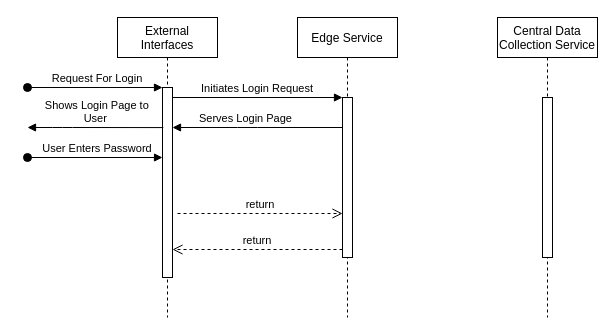
Above: Untitled Diagram.drawio in rahulkaplesh/edgeService (draw.io), before the change. Source tidied: cells renumbered, new cells numbered last; positions are measured from the earlier drawing's top-left corner, leaving out a move shared by most shapes. Both pictures are drawn from the tidied source at 100%, with x=0, y=0 at pixel (27, 17).
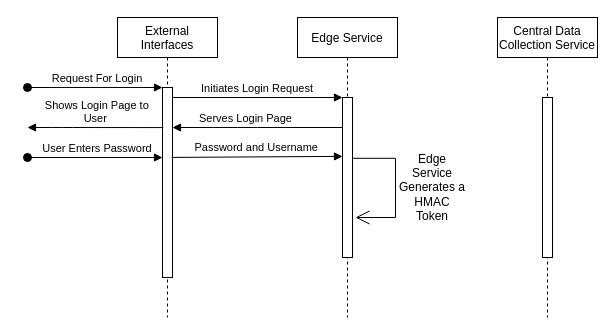
After the change.

Commit message:
Update Edge Interaction Diagram.drawio

Unchanged cells that the change refers to:
```xml
<mxCell id="3" style="points=[];perimeter=orthogonalPerimeter;rounded=0;shadow=0;strokeWidth=1;" parent="2" vertex="1">
  <mxGeometry x="45" y="70" width="10" height="190" as="geometry" />
</mxCell>
<mxCell id="5" value="Edge Service" style="shape=umlLifeline;perimeter=lifelinePerimeter;rounded=0;shadow=0;strokeWidth=1;" parent="1" vertex="1">
  <mxGeometry x="270" width="100" height="300" as="geometry" />
</mxCell>
<mxCell id="6" style="points=[];perimeter=orthogonalPerimeter;rounded=0;shadow=0;strokeWidth=1;" parent="5" vertex="1">
  <mxGeometry x="45" y="80" width="10" height="160" as="geometry" />
</mxCell>
```

The edit, as a diff of the source:
```diff
@@
-    <mxCell id="7" value="return" style="verticalAlign=bottom;endArrow=open;dashed=1;endSize=8;exitX=0;exitY=0.95;shadow=0;strokeWidth=1;" parent="1" edge="1" source="6" target="3">
-      <mxGeometry relative="1" as="geometry" />
-    </mxCell>
+    <mxCell id="15" style="endArrow=open;endFill=1;endSize=12;html=1;rounded=0;edgeStyle=orthogonalEdgeStyle;exitX=0.96;exitY=0.38;exitDx=0;exitDy=0;exitPerimeter=0;" parent="5" edge="1" source="6">
+      <mxGeometry relative="1" as="geometry">
+        <mxPoint x="58" y="200" as="targetPoint" />
+        <Array as="points">
+          <mxPoint x="98" y="141" />
+          <mxPoint x="98" y="200" />
+          <mxPoint x="58" y="200" />
+        </Array>
+      </mxGeometry>
+    </mxCell>
@@
-    <mxCell id="10" value="return" style="verticalAlign=bottom;endArrow=open;dashed=1;endSize=8;exitX=1;exitY=0.95;shadow=0;strokeWidth=1;" parent="1" edge="1" target="6">
-      <mxGeometry relative="1" as="geometry">
-        <mxPoint x="150" y="196" as="sourcePoint" />
-      </mxGeometry>
-    </mxCell>
@@
+    <mxCell id="16" value="Password and Username" style="verticalAlign=bottom;endArrow=block;shadow=0;strokeWidth=1;exitX=0.92;exitY=0.368;exitDx=0;exitDy=0;exitPerimeter=0;entryX=0;entryY=0.368;entryDx=0;entryDy=0;entryPerimeter=0;" parent="1" edge="1" source="3" target="6">
+      <mxGeometry relative="1" as="geometry" />
+    </mxCell>
+    <mxCell id="17" value="Edge Service Generates a HMAC Token" style="text;html=1;strokeColor=none;fillColor=none;align=center;verticalAlign=middle;whiteSpace=wrap;rounded=0;" parent="1" vertex="1">
+      <mxGeometry x="370" y="140" width="70" height="60" as="geometry" />
+    </mxCell>
```
